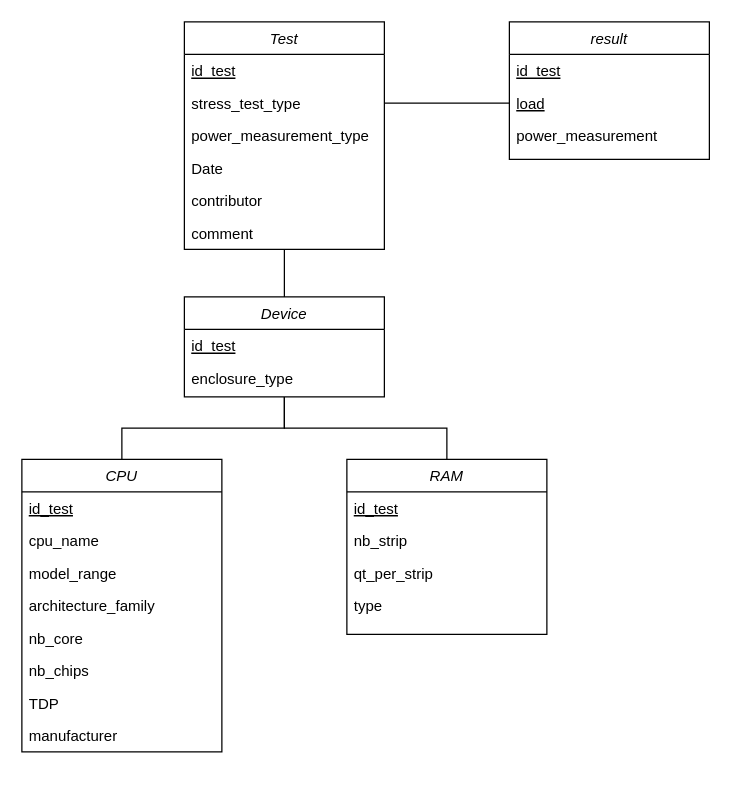
Earlier version of the draw.io diagram Untitled Diagram.drawio (Boavizta/Energizta). Source tidied: cells renumbered, new cells numbered last; positions are measured from the earlier drawing's top-left corner, leaving out a move shared by most shapes. Both pictures are drawn from the tidied source at 125%, with x=0, y=0 at pixel (21, 21).
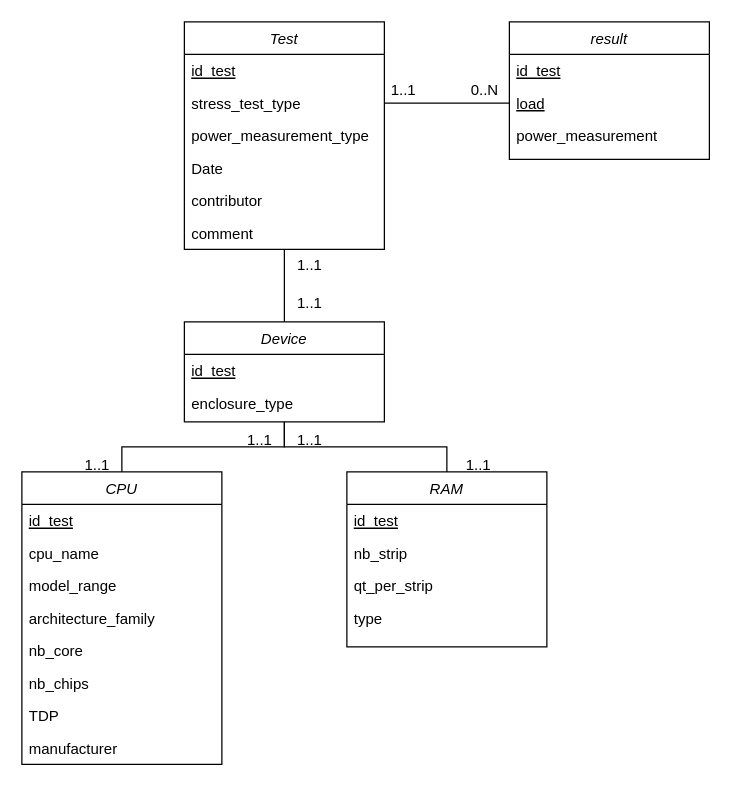
After the change.

Diff of the diagram source:
```diff
@@
     <mxCell id="15" value="CPU" style="swimlane;fontStyle=2;align=center;verticalAlign=top;horizontal=1;startSize=26;rounded=0;shadow=0;strokeWidth=1;" parent="1" vertex="1">
-      <mxGeometry y="350" width="160" height="234" as="geometry" />
+      <mxGeometry y="360" width="160" height="234" as="geometry" />
     </mxCell>
@@
     <mxCell id="24" value="RAM" style="swimlane;fontStyle=2;align=center;verticalAlign=top;horizontal=1;startSize=26;rounded=0;shadow=0;strokeWidth=1;" parent="1" vertex="1">
-      <mxGeometry x="260" y="350" width="160" height="140" as="geometry" />
+      <mxGeometry x="260" y="360" width="160" height="140" as="geometry" />
     </mxCell>
@@
     <mxCell id="31" value="Device" style="swimlane;fontStyle=2;align=center;verticalAlign=top;horizontal=1;startSize=26;rounded=0;shadow=0;strokeWidth=1;" parent="1" vertex="1">
-      <mxGeometry x="130" y="220" width="160" height="80" as="geometry" />
+      <mxGeometry x="130" y="240" width="160" height="80" as="geometry" />
     </mxCell>
@@
+    <mxCell id="34" value="1..1" style="text;html=1;align=center;verticalAlign=middle;strokeColor=none;fillColor=none;" parent="1" vertex="1">
+      <mxGeometry x="285" y="40" width="40" height="30" as="geometry" />
+    </mxCell>
+    <mxCell id="35" value="0..N" style="text;html=1;align=center;verticalAlign=middle;strokeColor=none;fillColor=none;" parent="1" vertex="1">
+      <mxGeometry x="345" y="40" width="50" height="30" as="geometry" />
+    </mxCell>
+    <mxCell id="36" value="1..1" style="text;html=1;align=center;verticalAlign=middle;strokeColor=none;fillColor=none;" parent="1" vertex="1">
+      <mxGeometry x="210" y="180" width="40" height="30" as="geometry" />
+    </mxCell>
+    <mxCell id="37" value="1..1" style="text;html=1;align=center;verticalAlign=middle;strokeColor=none;fillColor=none;" parent="1" vertex="1">
+      <mxGeometry x="210" y="210" width="40" height="30" as="geometry" />
+    </mxCell>
+    <mxCell id="38" value="1..1" style="text;html=1;align=center;verticalAlign=middle;strokeColor=none;fillColor=none;" parent="1" vertex="1">
+      <mxGeometry x="170" y="320" width="40" height="30" as="geometry" />
+    </mxCell>
+    <mxCell id="39" value="1..1" style="text;html=1;align=center;verticalAlign=middle;strokeColor=none;fillColor=none;" parent="1" vertex="1">
+      <mxGeometry x="210" y="320" width="40" height="30" as="geometry" />
+    </mxCell>
+    <mxCell id="40" value="1..1" style="text;html=1;align=center;verticalAlign=middle;strokeColor=none;fillColor=none;" parent="1" vertex="1">
+      <mxGeometry x="345" y="340" width="40" height="30" as="geometry" />
+    </mxCell>
+    <mxCell id="41" value="1..1" style="text;html=1;align=center;verticalAlign=middle;strokeColor=none;fillColor=none;" parent="1" vertex="1">
+      <mxGeometry x="40" y="340" width="40" height="30" as="geometry" />
+    </mxCell>
```
